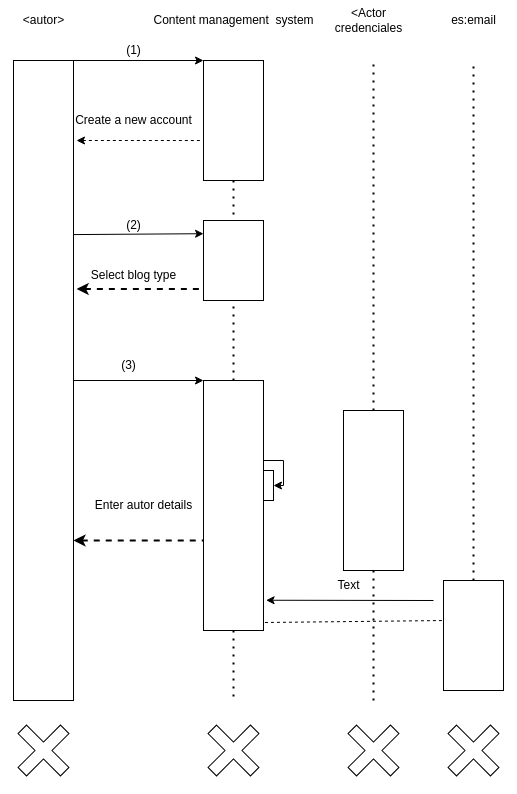
Before: Casos de secuencia/Ejemplo de clase/Secuencia.drawio.png, a diagram exported from draw.io (JVC0/ETS). Source tidied: cells renumbered, new cells last; positions are measured from the earlier drawing's top-left corner, leaving out a move shared by most shapes.
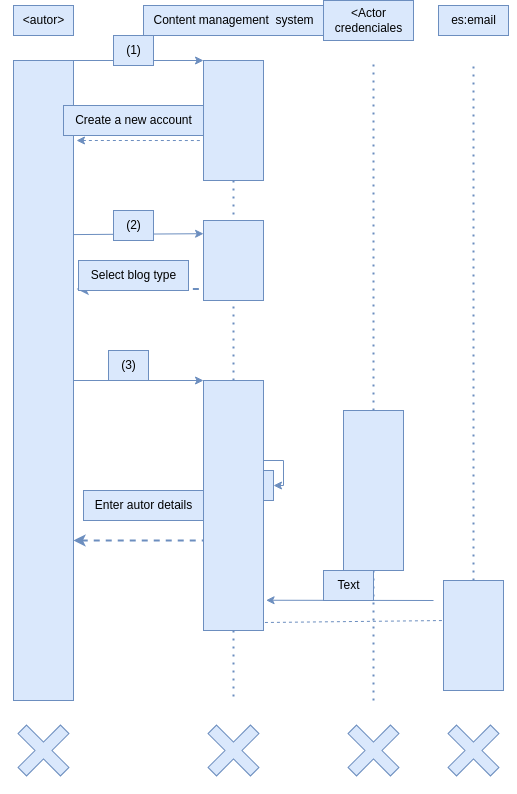
After the change.

Change to the diagram source:
```diff
@@ -1,103 +1,103 @@
-<mxGraphModel>
+<mxGraphModel background="#ffffff">
   <root>
     <mxCell id="0" />
     <mxCell id="1" parent="0" />
-    <mxCell id="2" style="rounded=0;whiteSpace=wrap;html=1;" parent="1" vertex="1">
+    <mxCell id="2" style="rounded=0;whiteSpace=wrap;html=1;fillColor=#dae8fc;strokeColor=#6c8ebf;fontColor=#000000;" parent="1" vertex="1">
       <mxGeometry y="60" width="60" height="640" as="geometry" />
     </mxCell>
-    <mxCell id="3" style="rounded=0;whiteSpace=wrap;html=1;" parent="1" vertex="1">
+    <mxCell id="3" style="rounded=0;whiteSpace=wrap;html=1;fillColor=#dae8fc;strokeColor=#6c8ebf;fontColor=#000000;" parent="1" vertex="1">
       <mxGeometry x="190" y="60" width="60" height="120" as="geometry" />
     </mxCell>
-    <mxCell id="4" style="rounded=0;whiteSpace=wrap;html=1;" parent="1" vertex="1">
+    <mxCell id="4" style="rounded=0;whiteSpace=wrap;html=1;fillColor=#dae8fc;strokeColor=#6c8ebf;fontColor=#000000;" parent="1" vertex="1">
       <mxGeometry x="330" y="410" width="60" height="160" as="geometry" />
     </mxCell>
-    <mxCell id="5" style="rounded=0;whiteSpace=wrap;html=1;" parent="1" vertex="1">
+    <mxCell id="5" style="rounded=0;whiteSpace=wrap;html=1;fillColor=#dae8fc;strokeColor=#6c8ebf;fontColor=#000000;" parent="1" vertex="1">
       <mxGeometry x="190" y="220" width="60" height="80" as="geometry" />
     </mxCell>
-    <mxCell id="6" style="rounded=0;whiteSpace=wrap;html=1;" parent="1" vertex="1">
+    <mxCell id="6" style="rounded=0;whiteSpace=wrap;html=1;fillColor=#dae8fc;strokeColor=#6c8ebf;fontColor=#000000;" parent="1" vertex="1">
       <mxGeometry x="190" y="380" width="60" height="250" as="geometry" />
     </mxCell>
-    <mxCell id="7" style="rounded=0;whiteSpace=wrap;html=1;" parent="1" vertex="1">
+    <mxCell id="7" style="rounded=0;whiteSpace=wrap;html=1;fillColor=#dae8fc;strokeColor=#6c8ebf;fontColor=#000000;" parent="1" vertex="1">
       <mxGeometry x="430" y="580" width="60" height="110" as="geometry" />
     </mxCell>
-    <mxCell id="8" value="&amp;lt;autor&amp;gt;" style="text;html=1;align=center;verticalAlign=middle;strokeColor=none;fillColor=none;" parent="1" vertex="1">
+    <mxCell id="8" value="&amp;lt;autor&amp;gt;" style="text;html=1;align=center;verticalAlign=middle;strokeColor=#6c8ebf;fillColor=#dae8fc;fontColor=#000000;" parent="1" vertex="1">
       <mxGeometry y="5" width="60" height="30" as="geometry" />
     </mxCell>
-    <mxCell id="9" value="es:email" style="text;html=1;align=center;verticalAlign=middle;strokeColor=none;fillColor=none;" parent="1" vertex="1">
+    <mxCell id="9" value="es:email" style="text;html=1;align=center;verticalAlign=middle;strokeColor=#6c8ebf;fillColor=#dae8fc;fontColor=#000000;" parent="1" vertex="1">
       <mxGeometry x="425" y="5" width="70" height="30" as="geometry" />
     </mxCell>
-    <mxCell id="10" value="&amp;lt;Actor&lt;br&gt;credenciales" style="text;html=1;align=center;verticalAlign=middle;strokeColor=none;fillColor=none;" parent="1" vertex="1">
+    <mxCell id="10" value="&amp;lt;Actor&lt;br&gt;credenciales" style="text;html=1;align=center;verticalAlign=middle;strokeColor=#6c8ebf;fillColor=#dae8fc;fontColor=#000000;" parent="1" vertex="1">
       <mxGeometry x="310" width="90" height="40" as="geometry" />
     </mxCell>
-    <mxCell id="11" value="Content management&amp;nbsp; system" style="text;html=1;align=center;verticalAlign=middle;strokeColor=none;fillColor=none;" parent="1" vertex="1">
+    <mxCell id="11" value="Content management&amp;nbsp; system" style="text;html=1;align=center;verticalAlign=middle;strokeColor=#6c8ebf;fillColor=#dae8fc;fontColor=#000000;" parent="1" vertex="1">
       <mxGeometry x="130" y="5" width="180" height="30" as="geometry" />
     </mxCell>
-    <mxCell id="12" style="endArrow=classic;html=1;exitX=1;exitY=0;exitDx=0;exitDy=0;entryX=0;entryY=0;entryDx=0;entryDy=0;" parent="1" edge="1" source="2" target="3">
+    <mxCell id="12" style="endArrow=classic;html=1;exitX=1;exitY=0;exitDx=0;exitDy=0;entryX=0;entryY=0;entryDx=0;entryDy=0;fillColor=#dae8fc;strokeColor=#6c8ebf;fontColor=#000000;" parent="1" edge="1" source="2" target="3">
       <mxGeometry relative="1" as="geometry" />
     </mxCell>
-    <mxCell id="13" value="(1)" style="text;html=1;align=center;verticalAlign=middle;strokeColor=none;fillColor=none;" parent="1" vertex="1">
+    <mxCell id="13" value="(1)" style="text;html=1;align=center;verticalAlign=middle;strokeColor=#6c8ebf;fillColor=#dae8fc;fontColor=#000000;" parent="1" vertex="1">
       <mxGeometry x="100" y="35" width="40" height="30" as="geometry" />
     </mxCell>
-    <mxCell id="14" style="endArrow=none;dashed=1;html=1;dashPattern=1 3;strokeWidth=2;exitX=0.5;exitY=1;exitDx=0;exitDy=0;entryX=0.5;entryY=0;entryDx=0;entryDy=0;" parent="1" edge="1" source="3" target="5">
+    <mxCell id="14" style="endArrow=none;dashed=1;html=1;dashPattern=1 3;strokeWidth=2;exitX=0.5;exitY=1;exitDx=0;exitDy=0;entryX=0.5;entryY=0;entryDx=0;entryDy=0;fillColor=#dae8fc;strokeColor=#6c8ebf;fontColor=#000000;" parent="1" edge="1" source="3" target="5">
       <mxGeometry relative="1" as="geometry" />
     </mxCell>
-    <mxCell id="15" style="endArrow=none;dashed=1;html=1;dashPattern=1 3;strokeWidth=2;entryX=0.5;entryY=1;entryDx=0;entryDy=0;exitX=0.5;exitY=0;exitDx=0;exitDy=0;" parent="1" edge="1" source="6" target="5">
+    <mxCell id="15" style="endArrow=none;dashed=1;html=1;dashPattern=1 3;strokeWidth=2;entryX=0.5;entryY=1;entryDx=0;entryDy=0;exitX=0.5;exitY=0;exitDx=0;exitDy=0;fillColor=#dae8fc;strokeColor=#6c8ebf;fontColor=#000000;" parent="1" edge="1" source="6" target="5">
       <mxGeometry relative="1" as="geometry" />
     </mxCell>
-    <mxCell id="16" style="endArrow=none;dashed=1;html=1;dashPattern=1 3;strokeWidth=2;exitX=0.5;exitY=1;exitDx=0;exitDy=0;" parent="1" edge="1" source="6">
+    <mxCell id="16" style="endArrow=none;dashed=1;html=1;dashPattern=1 3;strokeWidth=2;exitX=0.5;exitY=1;exitDx=0;exitDy=0;fillColor=#dae8fc;strokeColor=#6c8ebf;fontColor=#000000;" parent="1" edge="1" source="6">
       <mxGeometry relative="1" as="geometry">
         <mxPoint x="220" y="700" as="targetPoint" />
       </mxGeometry>
     </mxCell>
-    <mxCell id="17" style="endArrow=none;dashed=1;html=1;exitX=1.05;exitY=0.125;exitDx=0;exitDy=0;exitPerimeter=0;entryX=-0.012;entryY=0.667;entryDx=0;entryDy=0;entryPerimeter=0;startArrow=classic;startFill=1;endFill=0;" parent="1" edge="1" source="2" target="3">
+    <mxCell id="17" style="endArrow=none;dashed=1;html=1;exitX=1.05;exitY=0.125;exitDx=0;exitDy=0;exitPerimeter=0;entryX=-0.012;entryY=0.667;entryDx=0;entryDy=0;entryPerimeter=0;startArrow=classic;startFill=1;endFill=0;fillColor=#dae8fc;strokeColor=#6c8ebf;fontColor=#000000;" parent="1" edge="1" source="2" target="3">
       <mxGeometry relative="1" as="geometry" />
     </mxCell>
-    <mxCell id="18" style="endArrow=classic;html=1;entryX=0.001;entryY=0.165;entryDx=0;entryDy=0;entryPerimeter=0;exitX=1.006;exitY=0.272;exitDx=0;exitDy=0;exitPerimeter=0;" parent="1" edge="1" source="2" target="5">
+    <mxCell id="18" style="endArrow=classic;html=1;entryX=0.001;entryY=0.165;entryDx=0;entryDy=0;entryPerimeter=0;exitX=1.006;exitY=0.272;exitDx=0;exitDy=0;exitPerimeter=0;fillColor=#dae8fc;strokeColor=#6c8ebf;fontColor=#000000;" parent="1" edge="1" source="2" target="5">
       <mxGeometry relative="1" as="geometry" />
     </mxCell>
-    <mxCell id="19" style="endArrow=none;dashed=1;html=1;strokeWidth=2;startArrow=classic;startFill=1;exitX=1.052;exitY=0.357;exitDx=0;exitDy=0;exitPerimeter=0;entryX=0;entryY=0.856;entryDx=0;entryDy=0;entryPerimeter=0;" parent="1" edge="1" source="2" target="5">
+    <mxCell id="19" style="endArrow=none;dashed=1;html=1;strokeWidth=2;startArrow=classic;startFill=1;exitX=1.052;exitY=0.357;exitDx=0;exitDy=0;exitPerimeter=0;entryX=0;entryY=0.856;entryDx=0;entryDy=0;entryPerimeter=0;fillColor=#dae8fc;strokeColor=#6c8ebf;fontColor=#000000;" parent="1" edge="1" source="2" target="5">
       <mxGeometry relative="1" as="geometry" />
     </mxCell>
-    <mxCell id="20" value="Create a new account" style="text;html=1;align=center;verticalAlign=middle;strokeColor=none;fillColor=none;" parent="1" vertex="1">
+    <mxCell id="20" value="Create a new account" style="text;html=1;align=center;verticalAlign=middle;strokeColor=#6c8ebf;fillColor=#dae8fc;fontColor=#000000;" parent="1" vertex="1">
       <mxGeometry x="50" y="105" width="140" height="30" as="geometry" />
     </mxCell>
-    <mxCell id="21" style="endArrow=none;dashed=1;html=1;dashPattern=1 3;strokeWidth=2;exitX=0.5;exitY=0;exitDx=0;exitDy=0;" parent="1" edge="1" source="4">
+    <mxCell id="21" style="endArrow=none;dashed=1;html=1;dashPattern=1 3;strokeWidth=2;exitX=0.5;exitY=0;exitDx=0;exitDy=0;fillColor=#dae8fc;strokeColor=#6c8ebf;fontColor=#000000;" parent="1" edge="1" source="4">
       <mxGeometry relative="1" as="geometry">
         <mxPoint x="360" y="60" as="targetPoint" />
       </mxGeometry>
     </mxCell>
-    <mxCell id="22" style="endArrow=none;dashed=1;html=1;dashPattern=1 3;strokeWidth=2;entryX=0.5;entryY=1;entryDx=0;entryDy=0;" parent="1" edge="1" target="4">
+    <mxCell id="22" style="endArrow=none;dashed=1;html=1;dashPattern=1 3;strokeWidth=2;entryX=0.5;entryY=1;entryDx=0;entryDy=0;fillColor=#dae8fc;strokeColor=#6c8ebf;fontColor=#000000;" parent="1" edge="1" target="4">
       <mxGeometry relative="1" as="geometry">
         <mxPoint x="360" y="700" as="sourcePoint" />
       </mxGeometry>
     </mxCell>
-    <mxCell id="23" style="endArrow=none;dashed=1;html=1;dashPattern=1 3;strokeWidth=2;" parent="1" edge="1" source="7">
+    <mxCell id="23" style="endArrow=none;dashed=1;html=1;dashPattern=1 3;strokeWidth=2;fillColor=#dae8fc;strokeColor=#6c8ebf;fontColor=#000000;" parent="1" edge="1" source="7">
       <mxGeometry relative="1" as="geometry">
         <mxPoint x="460" y="60" as="targetPoint" />
       </mxGeometry>
     </mxCell>
-    <mxCell id="24" value="(2)" style="text;html=1;align=center;verticalAlign=middle;strokeColor=none;fillColor=none;" parent="1" vertex="1">
+    <mxCell id="24" value="(2)" style="text;html=1;align=center;verticalAlign=middle;strokeColor=#6c8ebf;fillColor=#dae8fc;fontColor=#000000;" parent="1" vertex="1">
       <mxGeometry x="100" y="210" width="40" height="30" as="geometry" />
     </mxCell>
-    <mxCell id="25" value="Select blog type" style="text;html=1;align=center;verticalAlign=middle;strokeColor=none;fillColor=none;" parent="1" vertex="1">
+    <mxCell id="25" value="Select blog type" style="text;html=1;align=center;verticalAlign=middle;strokeColor=#6c8ebf;fillColor=#dae8fc;fontColor=#000000;" parent="1" vertex="1">
       <mxGeometry x="65" y="260" width="110" height="30" as="geometry" />
     </mxCell>
-    <mxCell id="26" style="endArrow=classic;html=1;exitX=1;exitY=0.5;exitDx=0;exitDy=0;entryX=0;entryY=0;entryDx=0;entryDy=0;" parent="1" edge="1" source="2" target="6">
+    <mxCell id="26" style="endArrow=classic;html=1;exitX=1;exitY=0.5;exitDx=0;exitDy=0;entryX=0;entryY=0;entryDx=0;entryDy=0;fillColor=#dae8fc;strokeColor=#6c8ebf;fontColor=#000000;" parent="1" edge="1" source="2" target="6">
       <mxGeometry relative="1" as="geometry" />
     </mxCell>
-    <mxCell id="27" value="(3)" style="text;html=1;align=center;verticalAlign=middle;strokeColor=none;fillColor=none;" parent="1" vertex="1">
+    <mxCell id="27" value="(3)" style="text;html=1;align=center;verticalAlign=middle;strokeColor=#6c8ebf;fillColor=#dae8fc;fontColor=#000000;" parent="1" vertex="1">
       <mxGeometry x="95" y="350" width="40" height="30" as="geometry" />
     </mxCell>
-    <mxCell id="28" value="Enter autor details" style="text;html=1;align=center;verticalAlign=middle;strokeColor=none;fillColor=none;" parent="1" vertex="1">
+    <mxCell id="28" value="Enter autor details" style="text;html=1;align=center;verticalAlign=middle;strokeColor=#6c8ebf;fillColor=#dae8fc;fontColor=#000000;" parent="1" vertex="1">
       <mxGeometry x="70" y="490" width="120" height="30" as="geometry" />
     </mxCell>
-    <mxCell id="29" style="endArrow=none;dashed=1;html=1;strokeWidth=2;exitX=1;exitY=0.75;exitDx=0;exitDy=0;startArrow=classic;startFill=1;entryX=0;entryY=0.64;entryDx=0;entryDy=0;entryPerimeter=0;" parent="1" edge="1" source="2" target="6">
+    <mxCell id="29" style="endArrow=none;dashed=1;html=1;strokeWidth=2;exitX=1;exitY=0.75;exitDx=0;exitDy=0;startArrow=classic;startFill=1;entryX=0;entryY=0.64;entryDx=0;entryDy=0;entryPerimeter=0;fillColor=#dae8fc;strokeColor=#6c8ebf;fontColor=#000000;" parent="1" edge="1" source="2" target="6">
       <mxGeometry relative="1" as="geometry" />
     </mxCell>
-    <mxCell id="30" style="rounded=0;whiteSpace=wrap;html=1;" parent="1" vertex="1">
+    <mxCell id="30" style="rounded=0;whiteSpace=wrap;html=1;fillColor=#dae8fc;strokeColor=#6c8ebf;fontColor=#000000;" parent="1" vertex="1">
       <mxGeometry x="250" y="470" width="10" height="30" as="geometry" />
     </mxCell>
-    <mxCell id="31" style="endArrow=classic;html=1;entryX=1;entryY=0.5;entryDx=0;entryDy=0;rounded=0;" parent="1" edge="1" target="30">
+    <mxCell id="31" style="endArrow=classic;html=1;entryX=1;entryY=0.5;entryDx=0;entryDy=0;rounded=0;fillColor=#dae8fc;strokeColor=#6c8ebf;fontColor=#000000;" parent="1" edge="1" target="30">
       <mxGeometry relative="1" as="geometry">
         <mxPoint x="250" y="460" as="sourcePoint" />
         <Array as="points">
@@ -106,27 +106,27 @@
         </Array>
       </mxGeometry>
     </mxCell>
-    <mxCell id="32" style="endArrow=classic;html=1;rounded=0;entryX=1.043;entryY=0.879;entryDx=0;entryDy=0;entryPerimeter=0;" parent="1" edge="1" target="6">
+    <mxCell id="32" style="endArrow=classic;html=1;rounded=0;entryX=1.043;entryY=0.879;entryDx=0;entryDy=0;entryPerimeter=0;fillColor=#dae8fc;strokeColor=#6c8ebf;fontColor=#000000;" parent="1" edge="1" target="6">
       <mxGeometry relative="1" as="geometry">
         <mxPoint x="420" y="600" as="sourcePoint" />
       </mxGeometry>
     </mxCell>
-    <mxCell id="33" value="Text" style="text;html=1;align=center;verticalAlign=middle;strokeColor=none;fillColor=none;" parent="1" vertex="1">
+    <mxCell id="33" value="Text" style="text;html=1;align=center;verticalAlign=middle;strokeColor=#6c8ebf;fillColor=#dae8fc;fontColor=#000000;" parent="1" vertex="1">
       <mxGeometry x="310" y="570" width="50" height="30" as="geometry" />
     </mxCell>
-    <mxCell id="34" style="shape=cross;whiteSpace=wrap;html=1;rotation=45;" parent="1" vertex="1">
+    <mxCell id="34" style="shape=cross;whiteSpace=wrap;html=1;rotation=45;fillColor=#dae8fc;strokeColor=#6c8ebf;fontColor=#000000;" parent="1" vertex="1">
       <mxGeometry y="720" width="60" height="60" as="geometry" />
     </mxCell>
-    <mxCell id="35" style="shape=cross;whiteSpace=wrap;html=1;rotation=45;" parent="1" vertex="1">
+    <mxCell id="35" style="shape=cross;whiteSpace=wrap;html=1;rotation=45;fillColor=#dae8fc;strokeColor=#6c8ebf;fontColor=#000000;" parent="1" vertex="1">
       <mxGeometry x="190" y="720" width="60" height="60" as="geometry" />
     </mxCell>
-    <mxCell id="36" style="shape=cross;whiteSpace=wrap;html=1;rotation=45;" parent="1" vertex="1">
+    <mxCell id="36" style="shape=cross;whiteSpace=wrap;html=1;rotation=45;fillColor=#dae8fc;strokeColor=#6c8ebf;fontColor=#000000;" parent="1" vertex="1">
       <mxGeometry x="330" y="720" width="60" height="60" as="geometry" />
     </mxCell>
-    <mxCell id="37" style="shape=cross;whiteSpace=wrap;html=1;rotation=45;" parent="1" vertex="1">
+    <mxCell id="37" style="shape=cross;whiteSpace=wrap;html=1;rotation=45;fillColor=#dae8fc;strokeColor=#6c8ebf;fontColor=#000000;" parent="1" vertex="1">
       <mxGeometry x="430" y="720" width="60" height="60" as="geometry" />
     </mxCell>
-    <mxCell id="38" style="endArrow=none;dashed=1;html=1;exitX=1.024;exitY=0.968;exitDx=0;exitDy=0;exitPerimeter=0;entryX=0;entryY=0.364;entryDx=0;entryDy=0;entryPerimeter=0;" parent="1" edge="1" source="6" target="7">
+    <mxCell id="38" style="endArrow=none;dashed=1;html=1;exitX=1.024;exitY=0.968;exitDx=0;exitDy=0;exitPerimeter=0;entryX=0;entryY=0.364;entryDx=0;entryDy=0;entryPerimeter=0;fillColor=#dae8fc;strokeColor=#6c8ebf;fontColor=#000000;" parent="1" edge="1" source="6" target="7">
       <mxGeometry relative="1" as="geometry" />
     </mxCell>
   </root>
```
